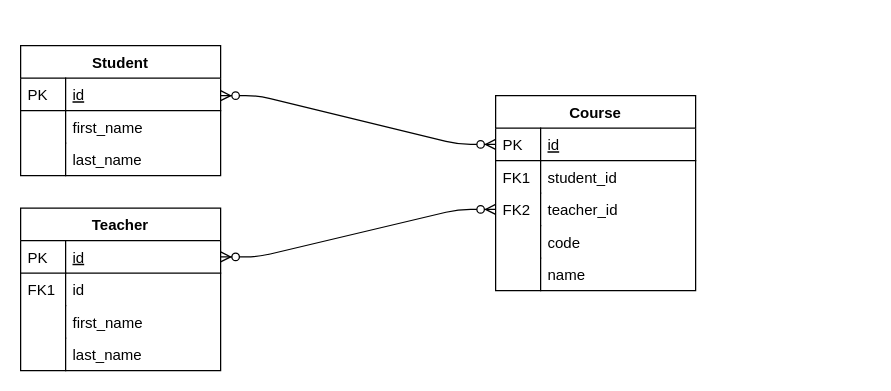
The draw.io diagram schoolsystem/src/main/resources/other/relationShipDiagram.drawio in abelandk/schoolsystem, before the edit. Source tidied: cells renumbered, new cells numbered last; positions are measured from the earlier drawing's top-left corner, leaving out a move shared by most shapes. Both pictures are drawn from the tidied source at 125%, with x=0, y=0 at pixel (20, 45).
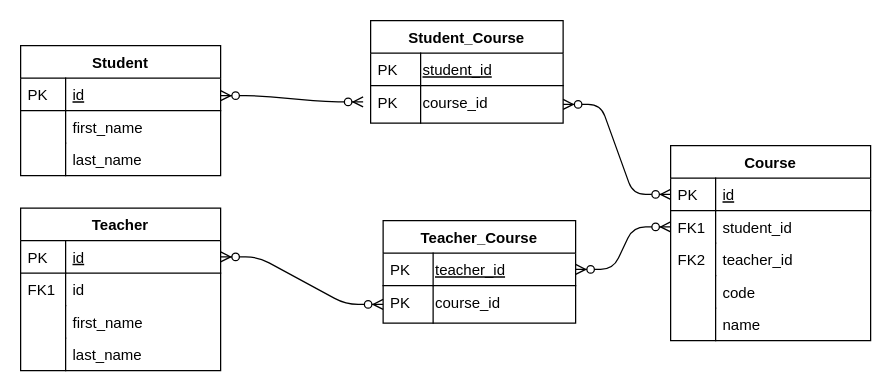
After the change.

Unchanged cells that the change refers to:
```xml
<mxCell id="2" value="Student" style="swimlane;fontStyle=1;horizontal=1;startSize=26;rounded=0;shadow=0;strokeWidth=1;" parent="1" vertex="1">
  <mxGeometry width="160" height="104" as="geometry" />
</mxCell>
<mxCell id="12" value="id" style="shape=partialRectangle;top=0;left=0;right=0;bottom=1;align=left;verticalAlign=top;fillColor=none;spacingLeft=40;spacingRight=4;overflow=hidden;points=[[0,0.5],[1,0.5]];portConstraint=eastwest;rounded=0;shadow=0;strokeWidth=1;fontStyle=4;" parent="11" vertex="1">
  <mxGeometry y="26" width="160" height="26" as="geometry" />
</mxCell>
<mxCell id="21" value="id" style="shape=partialRectangle;top=0;left=0;right=0;bottom=1;align=left;verticalAlign=top;fillColor=none;spacingLeft=40;spacingRight=4;overflow=hidden;points=[[0,0.5],[1,0.5]];portConstraint=eastwest;rounded=0;shadow=0;strokeWidth=1;fontStyle=4;" parent="20" vertex="1">
  <mxGeometry y="26" width="160" height="26" as="geometry" />
</mxCell>
<mxCell id="23" value="student_id" style="shape=partialRectangle;top=0;left=0;right=0;bottom=0;align=left;verticalAlign=top;fillColor=none;spacingLeft=40;spacingRight=4;overflow=hidden;points=[[0,0.5],[1,0.5]];portConstraint=eastwest;rounded=0;shadow=0;strokeWidth=1;" parent="20" vertex="1">
  <mxGeometry y="52" width="160" height="26" as="geometry" />
</mxCell>
<mxCell id="25" value="teacher_id" style="shape=partialRectangle;top=0;left=0;right=0;bottom=0;align=left;verticalAlign=top;fillColor=none;spacingLeft=40;spacingRight=4;overflow=hidden;points=[[0,0.5],[1,0.5]];portConstraint=eastwest;rounded=0;shadow=0;strokeWidth=1;" parent="20" vertex="1">
  <mxGeometry y="78" width="160" height="26" as="geometry" />
</mxCell>
```

The edit, as a diff of the source:
```diff
@@
-    <mxCell id="3" style="edgeStyle=entityRelationEdgeStyle;fontSize=12;html=1;endArrow=ERzeroToMany;endFill=1;startArrow=ERzeroToMany;entryX=0;entryY=0.5;entryDx=0;entryDy=0;" parent="2" edge="1" target="21">
+    <mxCell id="3" style="edgeStyle=entityRelationEdgeStyle;fontSize=12;html=1;endArrow=ERzeroToMany;endFill=1;startArrow=ERzeroToMany;entryX=0;entryY=0.5;entryDx=0;entryDy=0;" parent="2" edge="1">
       <mxGeometry relative="1" as="geometry">
         <mxPoint x="160" y="40" as="sourcePoint" />
+        <mxPoint x="274" y="45" as="targetPoint" />
       </mxGeometry>
     </mxCell>
@@
-    <mxCell id="10" style="edgeStyle=entityRelationEdgeStyle;fontSize=12;html=1;endArrow=ERzeroToMany;endFill=1;startArrow=ERzeroToMany;exitX=1;exitY=0.5;exitDx=0;exitDy=0;entryX=0;entryY=0.5;entryDx=0;entryDy=0;" parent="1" edge="1" source="12" target="25">
+    <mxCell id="10" style="edgeStyle=entityRelationEdgeStyle;fontSize=12;html=1;endArrow=ERzeroToMany;endFill=1;startArrow=ERzeroToMany;exitX=1;exitY=0.5;exitDx=0;exitDy=0;entryX=0;entryY=0.5;entryDx=0;entryDy=0;" parent="1" edge="1" source="12" target="40">
       <mxGeometry relative="1" as="geometry" />
     </mxCell>
@@
     <mxCell id="20" value="Course" style="swimlane;fontStyle=1;horizontal=1;startSize=26;rounded=0;shadow=0;strokeWidth=1;" parent="1" vertex="1">
-      <mxGeometry x="380" y="40" width="160" height="156" as="geometry" />
+      <mxGeometry x="520" y="80" width="160" height="156" as="geometry" />
     </mxCell>
@@
+    <mxCell id="31" value="Student_Course" style="swimlane;fontStyle=1;horizontal=1;startSize=26;rounded=0;shadow=0;strokeWidth=1;" parent="1" vertex="1">
+      <mxGeometry x="280" y="-20" width="154" height="82" as="geometry" />
+    </mxCell>
+    <mxCell id="32" value="student_id" style="shape=partialRectangle;top=0;left=0;right=0;bottom=1;align=left;verticalAlign=top;fillColor=none;spacingLeft=40;spacingRight=4;overflow=hidden;rounded=0;shadow=0;strokeWidth=1;fontStyle=4;" parent="31" vertex="1">
+      <mxGeometry y="26" width="154" height="26" as="geometry" />
+    </mxCell>
+    <mxCell id="33" value="PK" style="shape=partialRectangle;top=0;left=0;bottom=0;fillColor=none;align=left;verticalAlign=top;spacingLeft=4;spacingRight=4;overflow=hidden;" parent="32" vertex="1">
+      <mxGeometry width="40" height="26" as="geometry" />
+    </mxCell>
+    <mxCell id="34" value="course_id" style="shape=partialRectangle;top=0;left=0;right=0;bottom=0;align=left;verticalAlign=top;fillColor=none;spacingLeft=40;spacingRight=4;overflow=hidden;points=[[0,0.5],[1,0.5]];portConstraint=eastwest;rounded=0;shadow=0;strokeWidth=1;" parent="31" vertex="1">
+      <mxGeometry y="52" width="154" height="30" as="geometry" />
+    </mxCell>
+    <mxCell id="35" value="PK" style="shape=partialRectangle;top=0;left=0;bottom=0;fillColor=none;align=left;verticalAlign=top;spacingLeft=4;spacingRight=4;overflow=hidden;" parent="34" vertex="1">
+      <mxGeometry width="40" height="30" as="geometry" />
+    </mxCell>
+    <mxCell id="36" style="edgeStyle=entityRelationEdgeStyle;fontSize=12;html=1;endArrow=ERzeroToMany;endFill=1;startArrow=ERzeroToMany;exitX=1;exitY=0.5;exitDx=0;exitDy=0;" parent="1" edge="1" source="34">
+      <mxGeometry relative="1" as="geometry">
+        <mxPoint x="520" y="119" as="targetPoint" />
+      </mxGeometry>
+    </mxCell>
+    <mxCell id="37" value="Teacher_Course" style="swimlane;fontStyle=1;horizontal=1;startSize=26;rounded=0;shadow=0;strokeWidth=1;" parent="1" vertex="1">
+      <mxGeometry x="290" y="140" width="154" height="82" as="geometry" />
+    </mxCell>
+    <mxCell id="38" value="teacher_id" style="shape=partialRectangle;top=0;left=0;right=0;bottom=1;align=left;verticalAlign=top;fillColor=none;spacingLeft=40;spacingRight=4;overflow=hidden;points=[[0,0.5],[1,0.5]];portConstraint=eastwest;rounded=0;shadow=0;strokeWidth=1;fontStyle=4;" parent="37" vertex="1">
+      <mxGeometry y="26" width="154" height="26" as="geometry" />
+    </mxCell>
+    <mxCell id="39" value="PK" style="shape=partialRectangle;top=0;left=0;bottom=0;fillColor=none;align=left;verticalAlign=top;spacingLeft=4;spacingRight=4;overflow=hidden;" parent="38" vertex="1">
+      <mxGeometry width="40" height="26" as="geometry" />
+    </mxCell>
+    <mxCell id="40" value="course_id" style="shape=partialRectangle;top=0;left=0;right=0;bottom=0;align=left;verticalAlign=top;fillColor=none;spacingLeft=40;spacingRight=4;overflow=hidden;points=[[0,0.5],[1,0.5]];portConstraint=eastwest;rounded=0;shadow=0;strokeWidth=1;" parent="37" vertex="1">
+      <mxGeometry y="52" width="154" height="30" as="geometry" />
+    </mxCell>
+    <mxCell id="41" value="PK" style="shape=partialRectangle;top=0;left=0;bottom=0;fillColor=none;align=left;verticalAlign=top;spacingLeft=4;spacingRight=4;overflow=hidden;" parent="40" vertex="1">
+      <mxGeometry width="40" height="30" as="geometry" />
+    </mxCell>
+    <mxCell id="42" style="edgeStyle=entityRelationEdgeStyle;fontSize=12;html=1;endArrow=ERzeroToMany;endFill=1;startArrow=ERzeroToMany;exitX=1;exitY=0.5;exitDx=0;exitDy=0;entryX=0;entryY=0.5;entryDx=0;entryDy=0;" parent="1" edge="1" source="38" target="23">
+      <mxGeometry relative="1" as="geometry" />
+    </mxCell>
```
